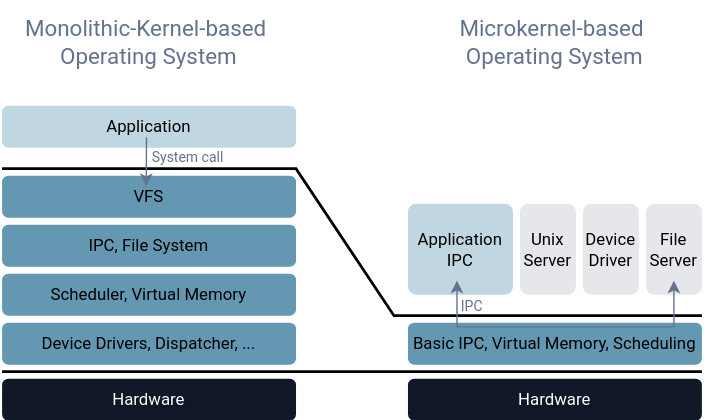
seL4/website keeps this draw.io diagram as images/monolithic-vs-mkernel.drawio.svg. Above is the earlier version. Source tidied: cells renumbered, new cells last; positions are measured from the earlier drawing's top-left corner, leaving out a move shared by most shapes. Its diagram source:
```xml
<mxGraphModel>
  <root>
    <mxCell id="0" />
    <mxCell id="1" parent="0" />
    <mxCell id="2" value="Hardware" style="rounded=1;whiteSpace=wrap;html=1;fillColor=light-dark(#111828, #364153);fillStyle=solid;strokeColor=none;fontFamily=roboto;textShadow=1;fontColor=#FFFFFF;" parent="1" vertex="1">
      <mxGeometry x="290" y="270" width="210" height="30" as="geometry" />
    </mxCell>
    <mxCell id="3" value="Basic IPC, Virtual Memory, Scheduling" style="rounded=1;whiteSpace=wrap;html=1;strokeColor=none;fillColor=light-dark(#6497b1, #3c637f);fontFamily=roboto;" parent="1" vertex="1">
      <mxGeometry x="290" y="230" width="210" height="30" as="geometry" />
    </mxCell>
    <mxCell id="4" value="Application IPC" style="rounded=1;whiteSpace=wrap;html=1;arcSize=9;strokeColor=none;fillColor=light-dark(#c0d7e1, #6497b1);fontFamily=roboto;" parent="1" vertex="1">
      <mxGeometry x="290" y="145" width="75" height="65" as="geometry" />
    </mxCell>
    <mxCell id="5" value="Unix Server" style="rounded=1;whiteSpace=wrap;html=1;strokeColor=none;fillColor=light-dark(#e5e7eb, #e5e7eb);fontFamily=roboto;fontColor=#000000;" parent="1" vertex="1">
      <mxGeometry x="370" y="145" width="40" height="65" as="geometry" />
    </mxCell>
    <mxCell id="6" value="Device Driver" style="rounded=1;whiteSpace=wrap;html=1;strokeColor=none;fillColor=light-dark(#e5e7eb, #e5e7eb);fontFamily=roboto;fontColor=#000000;" parent="1" vertex="1">
      <mxGeometry x="415" y="145" width="40" height="65" as="geometry" />
    </mxCell>
    <mxCell id="7" value="File Server" style="rounded=1;whiteSpace=wrap;html=1;strokeColor=none;fillColor=light-dark(#e5e7eb, #e5e7eb);fontFamily=roboto;fontColor=#000000;" parent="1" vertex="1">
      <mxGeometry x="460" y="145" width="40" height="65" as="geometry" />
    </mxCell>
    <mxCell id="8" value="Hardware" style="rounded=1;whiteSpace=wrap;html=1;fillColor=light-dark(#111828, #364153);fillStyle=solid;strokeColor=none;fontFamily=roboto;textShadow=1;fontColor=#FFFFFF;" parent="1" vertex="1">
      <mxGeometry y="270" width="210" height="30" as="geometry" />
    </mxCell>
    <mxCell id="9" value="Device Drivers, Dispatcher, ..." style="rounded=1;whiteSpace=wrap;html=1;strokeColor=none;fillColor=light-dark(#6497b1, #3c637f);fontFamily=roboto;" parent="1" vertex="1">
      <mxGeometry y="230" width="210" height="30" as="geometry" />
    </mxCell>
    <mxCell id="10" value="Scheduler, Virtual Memory" style="rounded=1;whiteSpace=wrap;html=1;strokeColor=none;fillColor=light-dark(#6497b1, #3c637f);fontFamily=roboto;" parent="1" vertex="1">
      <mxGeometry y="195" width="210" height="30" as="geometry" />
    </mxCell>
    <mxCell id="11" value="IPC, File System" style="rounded=1;whiteSpace=wrap;html=1;strokeColor=none;fillColor=light-dark(#6497b1, #3c637f);fontFamily=roboto;" parent="1" vertex="1">
      <mxGeometry y="160" width="210" height="30" as="geometry" />
    </mxCell>
    <mxCell id="12" value="VFS" style="rounded=1;whiteSpace=wrap;html=1;strokeColor=none;fillColor=light-dark(#6497b1, #3c637f);fontFamily=roboto;" parent="1" vertex="1">
      <mxGeometry y="125" width="210" height="30" as="geometry" />
    </mxCell>
    <mxCell id="13" value="Application" style="rounded=1;whiteSpace=wrap;html=1;strokeColor=none;fillColor=light-dark(#c0d7e1, #6497b1);fontFamily=roboto;" parent="1" vertex="1">
      <mxGeometry y="75" width="210" height="30" as="geometry" />
    </mxCell>
    <mxCell id="14" style="endArrow=none;html=1;rounded=0;strokeColor=light-dark(#000000,#EDEDED);strokeWidth=2;fontFamily=roboto;" parent="1" edge="1">
      <mxGeometry relative="1" as="geometry">
        <mxPoint y="265" as="sourcePoint" />
        <mxPoint x="500" y="265" as="targetPoint" />
      </mxGeometry>
    </mxCell>
    <mxCell id="15" style="endArrow=none;html=1;rounded=0;strokeColor=light-dark(#000000,#EDEDED);strokeWidth=2;fontFamily=roboto;" parent="1" edge="1">
      <mxGeometry relative="1" as="geometry">
        <mxPoint y="120" as="sourcePoint" />
        <mxPoint x="500" y="225" as="targetPoint" />
        <Array as="points">
          <mxPoint x="210" y="120" />
          <mxPoint x="280" y="225" />
        </Array>
      </mxGeometry>
    </mxCell>
    <mxCell id="16" value="kernel mode" style="text;html=1;align=center;verticalAlign=middle;whiteSpace=wrap;rounded=0;fontColor=#FFFFFF;fontFamily=roboto;" parent="1" vertex="1">
      <mxGeometry x="220" y="220" width="60" height="30" as="geometry" />
    </mxCell>
    <mxCell id="17" value="user mode" style="text;html=1;align=center;verticalAlign=middle;whiteSpace=wrap;rounded=0;fontColor=#FFFFFF;fontFamily=roboto;" parent="1" vertex="1">
      <mxGeometry x="225" y="110" width="50" height="30" as="geometry" />
    </mxCell>
    <mxCell id="18" style="endArrow=classic;startArrow=classic;html=1;rounded=0;strokeColor=light-dark(#63738E, #98a1ae);" parent="1" edge="1">
      <mxGeometry relative="1" as="geometry">
        <mxPoint x="325" y="200" as="sourcePoint" />
        <mxPoint x="480" y="200" as="targetPoint" />
        <Array as="points">
          <mxPoint x="325" y="233" />
          <mxPoint x="480" y="233" />
        </Array>
      </mxGeometry>
    </mxCell>
    <mxCell id="19" style="edgeStyle=orthogonalEdgeStyle;rounded=0;orthogonalLoop=1;jettySize=auto;html=1;fontFamily=roboto;strokeColor=light-dark(#63738E, #98a1ae);" parent="1" edge="1">
      <mxGeometry relative="1" as="geometry">
        <mxPoint x="103.2" y="97.5" as="sourcePoint" />
        <mxPoint x="103" y="132.5" as="targetPoint" />
        <Array as="points">
          <mxPoint x="103" y="97.5" />
          <mxPoint x="103" y="97.5" />
        </Array>
      </mxGeometry>
    </mxCell>
    <mxCell id="20" value="System call" style="text;html=1;align=center;verticalAlign=middle;whiteSpace=wrap;rounded=0;fontColor=light-dark(#63738E,#98A1AE);fontFamily=roboto;fontSize=10;" parent="1" vertex="1">
      <mxGeometry x="103" y="102" width="60" height="20" as="geometry" />
    </mxCell>
    <mxCell id="21" value="IPC" style="text;html=1;align=center;verticalAlign=middle;whiteSpace=wrap;rounded=0;fontColor=light-dark(#63738E,#98A1AE);fontFamily=roboto;fontSize=10;" parent="1" vertex="1">
      <mxGeometry x="321" y="208" width="30" height="20" as="geometry" />
    </mxCell>
    <mxCell id="22" value="&lt;font&gt;Monolithic-Kernel-based&amp;nbsp;&lt;/font&gt;&lt;div&gt;&lt;font&gt;Operating System&lt;/font&gt;&lt;/div&gt;" style="text;html=1;align=center;verticalAlign=middle;whiteSpace=wrap;rounded=0;fontColor=light-dark(#63738e, #ededed);fontFamily=roboto;fontSize=16;" parent="1" vertex="1">
      <mxGeometry width="210" height="60" as="geometry" />
    </mxCell>
    <mxCell id="23" value="&lt;font&gt;Microkernel-based&amp;nbsp;&lt;/font&gt;&lt;div&gt;&lt;font&gt;Operating System&lt;/font&gt;&lt;/div&gt;" style="text;html=1;align=center;verticalAlign=middle;whiteSpace=wrap;rounded=0;fontColor=light-dark(#63738e, #ededed);fontFamily=roboto;fontSize=16;" parent="1" vertex="1">
      <mxGeometry x="290" width="210" height="60" as="geometry" />
    </mxCell>
  </root>
</mxGraphModel>
```
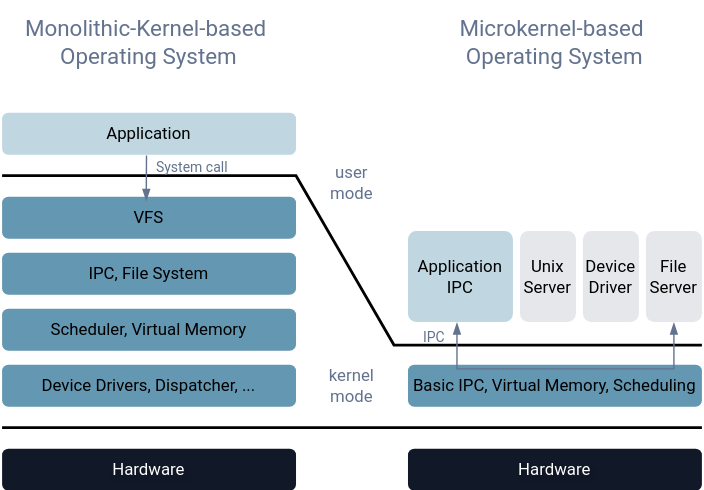
Later version of the same file.

Commit message:
tweak monolitic diagram

more space, squared arrows

Diff of the diagram source:
```diff
@@ -3,88 +3,88 @@
     <mxCell id="0" />
     <mxCell id="1" parent="0" />
     <mxCell id="2" value="Hardware" style="rounded=1;whiteSpace=wrap;html=1;fillColor=light-dark(#111828, #364153);fillStyle=solid;strokeColor=none;fontFamily=roboto;textShadow=1;fontColor=#FFFFFF;" parent="1" vertex="1">
-      <mxGeometry x="290" y="270" width="210" height="30" as="geometry" />
+      <mxGeometry x="290" y="320" width="210" height="30" as="geometry" />
     </mxCell>
     <mxCell id="3" value="Basic IPC, Virtual Memory, Scheduling" style="rounded=1;whiteSpace=wrap;html=1;strokeColor=none;fillColor=light-dark(#6497b1, #3c637f);fontFamily=roboto;" parent="1" vertex="1">
-      <mxGeometry x="290" y="230" width="210" height="30" as="geometry" />
+      <mxGeometry x="290" y="260" width="210" height="30" as="geometry" />
     </mxCell>
     <mxCell id="4" value="Application IPC" style="rounded=1;whiteSpace=wrap;html=1;arcSize=9;strokeColor=none;fillColor=light-dark(#c0d7e1, #6497b1);fontFamily=roboto;" parent="1" vertex="1">
-      <mxGeometry x="290" y="145" width="75" height="65" as="geometry" />
+      <mxGeometry x="290" y="164.5" width="75" height="65" as="geometry" />
     </mxCell>
     <mxCell id="5" value="Unix Server" style="rounded=1;whiteSpace=wrap;html=1;strokeColor=none;fillColor=light-dark(#e5e7eb, #e5e7eb);fontFamily=roboto;fontColor=#000000;" parent="1" vertex="1">
-      <mxGeometry x="370" y="145" width="40" height="65" as="geometry" />
+      <mxGeometry x="370" y="164.5" width="40" height="65" as="geometry" />
     </mxCell>
     <mxCell id="6" value="Device Driver" style="rounded=1;whiteSpace=wrap;html=1;strokeColor=none;fillColor=light-dark(#e5e7eb, #e5e7eb);fontFamily=roboto;fontColor=#000000;" parent="1" vertex="1">
-      <mxGeometry x="415" y="145" width="40" height="65" as="geometry" />
+      <mxGeometry x="415" y="164.5" width="40" height="65" as="geometry" />
     </mxCell>
     <mxCell id="7" value="File Server" style="rounded=1;whiteSpace=wrap;html=1;strokeColor=none;fillColor=light-dark(#e5e7eb, #e5e7eb);fontFamily=roboto;fontColor=#000000;" parent="1" vertex="1">
-      <mxGeometry x="460" y="145" width="40" height="65" as="geometry" />
+      <mxGeometry x="460" y="164.5" width="40" height="65" as="geometry" />
     </mxCell>
     <mxCell id="8" value="Hardware" style="rounded=1;whiteSpace=wrap;html=1;fillColor=light-dark(#111828, #364153);fillStyle=solid;strokeColor=none;fontFamily=roboto;textShadow=1;fontColor=#FFFFFF;" parent="1" vertex="1">
-      <mxGeometry y="270" width="210" height="30" as="geometry" />
+      <mxGeometry y="320" width="210" height="30" as="geometry" />
     </mxCell>
     <mxCell id="9" value="Device Drivers, Dispatcher, ..." style="rounded=1;whiteSpace=wrap;html=1;strokeColor=none;fillColor=light-dark(#6497b1, #3c637f);fontFamily=roboto;" parent="1" vertex="1">
-      <mxGeometry y="230" width="210" height="30" as="geometry" />
+      <mxGeometry y="260" width="210" height="30" as="geometry" />
     </mxCell>
     <mxCell id="10" value="Scheduler, Virtual Memory" style="rounded=1;whiteSpace=wrap;html=1;strokeColor=none;fillColor=light-dark(#6497b1, #3c637f);fontFamily=roboto;" parent="1" vertex="1">
-      <mxGeometry y="195" width="210" height="30" as="geometry" />
+      <mxGeometry y="220" width="210" height="30" as="geometry" />
     </mxCell>
     <mxCell id="11" value="IPC, File System" style="rounded=1;whiteSpace=wrap;html=1;strokeColor=none;fillColor=light-dark(#6497b1, #3c637f);fontFamily=roboto;" parent="1" vertex="1">
-      <mxGeometry y="160" width="210" height="30" as="geometry" />
+      <mxGeometry y="180" width="210" height="30" as="geometry" />
     </mxCell>
     <mxCell id="12" value="VFS" style="rounded=1;whiteSpace=wrap;html=1;strokeColor=none;fillColor=light-dark(#6497b1, #3c637f);fontFamily=roboto;" parent="1" vertex="1">
-      <mxGeometry y="125" width="210" height="30" as="geometry" />
+      <mxGeometry y="140" width="210" height="30" as="geometry" />
     </mxCell>
     <mxCell id="13" value="Application" style="rounded=1;whiteSpace=wrap;html=1;strokeColor=none;fillColor=light-dark(#c0d7e1, #6497b1);fontFamily=roboto;" parent="1" vertex="1">
-      <mxGeometry y="75" width="210" height="30" as="geometry" />
+      <mxGeometry y="80" width="210" height="30" as="geometry" />
     </mxCell>
     <mxCell id="14" style="endArrow=none;html=1;rounded=0;strokeColor=light-dark(#000000,#EDEDED);strokeWidth=2;fontFamily=roboto;" parent="1" edge="1">
       <mxGeometry relative="1" as="geometry">
-        <mxPoint y="265" as="sourcePoint" />
-        <mxPoint x="500" y="265" as="targetPoint" />
+        <mxPoint y="305" as="sourcePoint" />
+        <mxPoint x="500" y="305" as="targetPoint" />
       </mxGeometry>
     </mxCell>
     <mxCell id="15" style="endArrow=none;html=1;rounded=0;strokeColor=light-dark(#000000,#EDEDED);strokeWidth=2;fontFamily=roboto;" parent="1" edge="1">
       <mxGeometry relative="1" as="geometry">
-        <mxPoint y="120" as="sourcePoint" />
-        <mxPoint x="500" y="225" as="targetPoint" />
+        <mxPoint y="125" as="sourcePoint" />
+        <mxPoint x="500" y="246" as="targetPoint" />
         <Array as="points">
-          <mxPoint x="210" y="120" />
-          <mxPoint x="280" y="225" />
+          <mxPoint x="210" y="125" />
+          <mxPoint x="280" y="246" />
         </Array>
       </mxGeometry>
     </mxCell>
-    <mxCell id="16" value="kernel mode" style="text;html=1;align=center;verticalAlign=middle;whiteSpace=wrap;rounded=0;fontColor=#FFFFFF;fontFamily=roboto;" parent="1" vertex="1">
-      <mxGeometry x="220" y="220" width="60" height="30" as="geometry" />
+    <mxCell id="16" value="kernel mode" style="text;html=1;align=center;verticalAlign=middle;whiteSpace=wrap;rounded=0;fontColor=light-dark(#63738E,#63738E);fontFamily=roboto;" parent="1" vertex="1">
+      <mxGeometry x="220" y="260" width="60" height="30" as="geometry" />
     </mxCell>
-    <mxCell id="17" value="user mode" style="text;html=1;align=center;verticalAlign=middle;whiteSpace=wrap;rounded=0;fontColor=#FFFFFF;fontFamily=roboto;" parent="1" vertex="1">
-      <mxGeometry x="225" y="110" width="50" height="30" as="geometry" />
+    <mxCell id="17" value="user mode" style="text;html=1;align=center;verticalAlign=middle;whiteSpace=wrap;rounded=0;fontColor=light-dark(#63738E,#63738E);fontFamily=roboto;" parent="1" vertex="1">
+      <mxGeometry x="225" y="115" width="50" height="30" as="geometry" />
     </mxCell>
-    <mxCell id="18" style="endArrow=classic;startArrow=classic;html=1;rounded=0;strokeColor=light-dark(#63738E, #98a1ae);" parent="1" edge="1">
+    <mxCell id="18" style="endArrow=blockThin;startArrow=blockThin;html=1;rounded=0;strokeColor=light-dark(#63738E, #98a1ae);startFill=1;endFill=1;" parent="1" edge="1">
       <mxGeometry relative="1" as="geometry">
-        <mxPoint x="325" y="200" as="sourcePoint" />
-        <mxPoint x="480" y="200" as="targetPoint" />
+        <mxPoint x="325" y="230" as="sourcePoint" />
+        <mxPoint x="480" y="230" as="targetPoint" />
         <Array as="points">
-          <mxPoint x="325" y="233" />
-          <mxPoint x="480" y="233" />
+          <mxPoint x="325" y="263" />
+          <mxPoint x="480" y="263" />
         </Array>
       </mxGeometry>
     </mxCell>
-    <mxCell id="19" style="edgeStyle=orthogonalEdgeStyle;rounded=0;orthogonalLoop=1;jettySize=auto;html=1;fontFamily=roboto;strokeColor=light-dark(#63738E, #98a1ae);" parent="1" edge="1">
+    <mxCell id="19" style="edgeStyle=orthogonalEdgeStyle;rounded=0;orthogonalLoop=1;jettySize=auto;html=1;fontFamily=roboto;strokeColor=light-dark(#63738E, #98a1ae);endArrow=blockThin;endFill=1;" parent="1" edge="1">
       <mxGeometry relative="1" as="geometry">
-        <mxPoint x="103.2" y="97.5" as="sourcePoint" />
-        <mxPoint x="103" y="132.5" as="targetPoint" />
+        <mxPoint x="103.2" y="110.5" as="sourcePoint" />
+        <mxPoint x="103" y="143" as="targetPoint" />
         <Array as="points">
-          <mxPoint x="103" y="97.5" />
-          <mxPoint x="103" y="97.5" />
+          <mxPoint x="103" y="110.5" />
+          <mxPoint x="103" y="110.5" />
         </Array>
       </mxGeometry>
     </mxCell>
-    <mxCell id="20" value="System call" style="text;html=1;align=center;verticalAlign=middle;whiteSpace=wrap;rounded=0;fontColor=light-dark(#63738E,#98A1AE);fontFamily=roboto;fontSize=10;" parent="1" vertex="1">
-      <mxGeometry x="103" y="102" width="60" height="20" as="geometry" />
+    <mxCell id="20" value="System call" style="text;html=1;align=center;verticalAlign=middle;whiteSpace=wrap;rounded=0;fontColor=light-dark(#63738E,#63738E);fontFamily=roboto;fontSize=10;" parent="1" vertex="1">
+      <mxGeometry x="106" y="109" width="60" height="20" as="geometry" />
     </mxCell>
-    <mxCell id="21" value="IPC" style="text;html=1;align=center;verticalAlign=middle;whiteSpace=wrap;rounded=0;fontColor=light-dark(#63738E,#98A1AE);fontFamily=roboto;fontSize=10;" parent="1" vertex="1">
-      <mxGeometry x="321" y="208" width="30" height="20" as="geometry" />
+    <mxCell id="21" value="IPC" style="text;html=1;align=center;verticalAlign=middle;whiteSpace=wrap;rounded=0;fontColor=light-dark(#63738E,#63738E);fontFamily=roboto;fontSize=10;" parent="1" vertex="1">
+      <mxGeometry x="294" y="230" width="30" height="20" as="geometry" />
     </mxCell>
     <mxCell id="22" value="&lt;font&gt;Monolithic-Kernel-based&amp;nbsp;&lt;/font&gt;&lt;div&gt;&lt;font&gt;Operating System&lt;/font&gt;&lt;/div&gt;" style="text;html=1;align=center;verticalAlign=middle;whiteSpace=wrap;rounded=0;fontColor=light-dark(#63738e, #ededed);fontFamily=roboto;fontSize=16;" parent="1" vertex="1">
       <mxGeometry width="210" height="60" as="geometry" />
```
